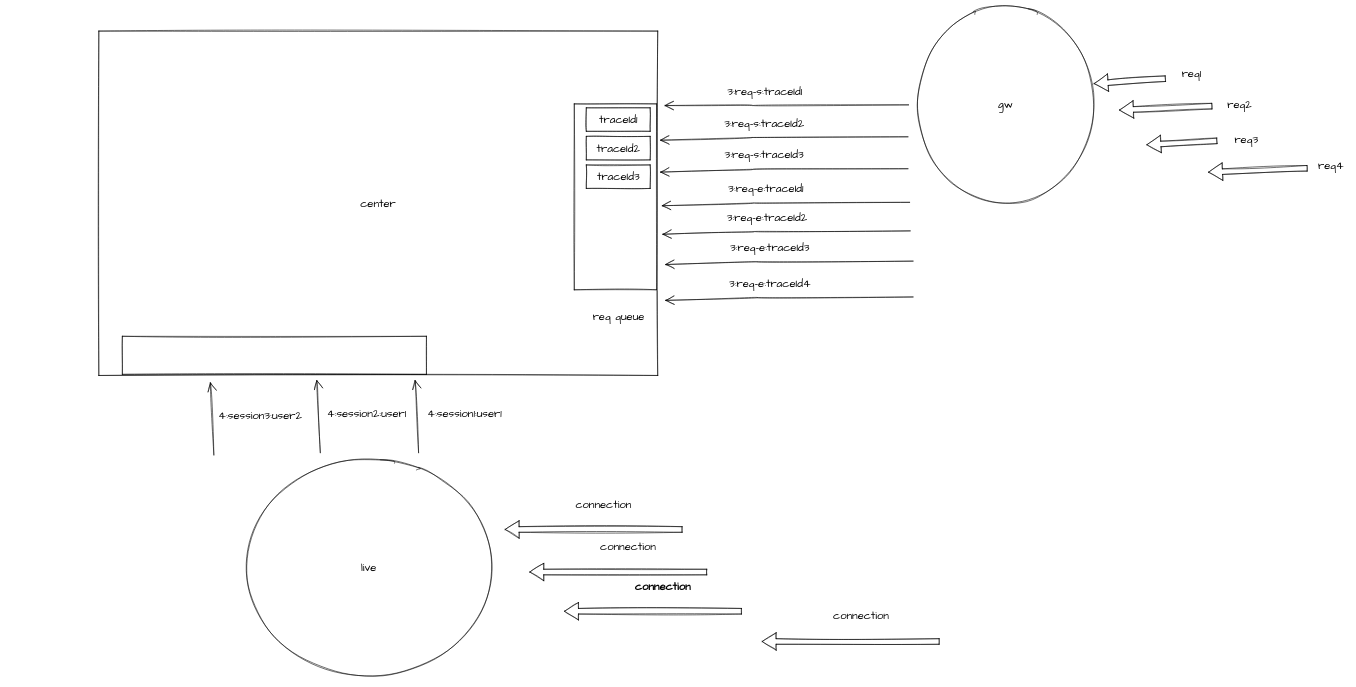
The draw.io diagram gw-qps.drawio in luodongseu/diagrams, before the edit. Source tidied: cells renumbered, new cells numbered last; positions are measured from the earlier drawing's top-left corner, leaving out a move shared by most shapes. Both pictures are drawn from the tidied source at 56%, with x=0, y=0 at pixel (99, 10).
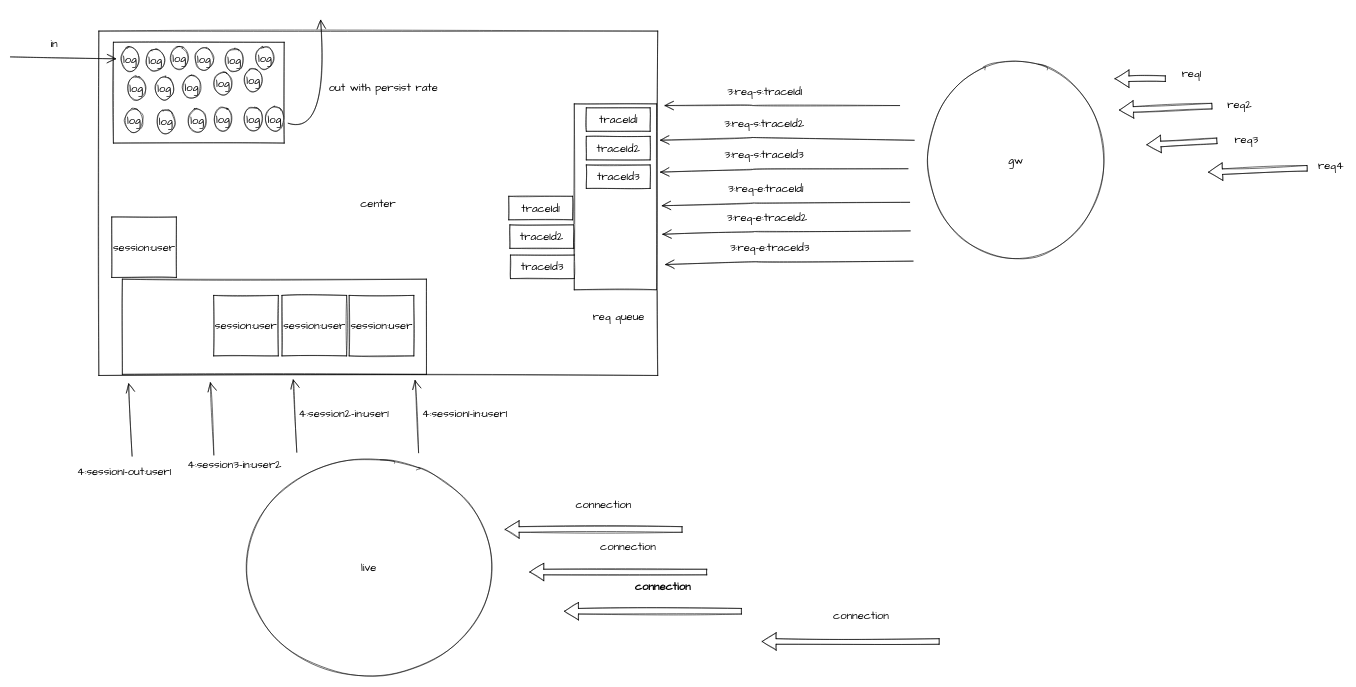
After the change.

Diff of the diagram source:
```diff
@@
     <mxCell id="3" value="gw" style="ellipse;whiteSpace=wrap;html=1;sketch=1;hachureGap=4;fontFamily=Architects Daughter;fontSize=20;" parent="1" vertex="1">
-      <mxGeometry x="1454" width="331" height="338" as="geometry" />
+      <mxGeometry x="1472" y="99" width="331" height="338" as="geometry" />
     </mxCell>
-    <mxCell id="4" style="edgeStyle=none;curved=1;rounded=0;sketch=1;jettySize=auto;html=1;endArrow=open;sourcePerimeterSpacing=8;targetPerimeterSpacing=8;fontSize=16;shape=flexArrow;rounded=1;startSize=8;endSize=8;fontFamily=Architects Daughter;entryX=0.975;entryY=0.39;entryDx=0;entryDy=0;entryPerimeter=0;" parent="1" edge="1" target="3">
+    <mxCell id="4" style="edgeStyle=none;curved=1;rounded=0;sketch=1;orthogonalLoop=1;jettySize=auto;html=1;endArrow=open;sourcePerimeterSpacing=8;targetPerimeterSpacing=8;fontSize=16;shape=flexArrow;rounded=1;startSize=8;endSize=8;fontFamily=Architects Daughter;" parent="1" edge="1">
       <mxGeometry relative="1" as="geometry">
         <mxPoint x="1905" y="123" as="sourcePoint" />
+        <mxPoint x="1814" y="123" as="targetPoint" />
       </mxGeometry>
     </mxCell>
@@
-    <mxCell id="12" style="edgeStyle=none;curved=1;rounded=0;sketch=1;jettySize=auto;html=1;endArrow=open;sourcePerimeterSpacing=8;targetPerimeterSpacing=8;fontSize=16;fontFamily=Architects Daughter;startSize=14;endSize=14;" parent="1" edge="1" source="3">
+    <mxCell id="12" style="edgeStyle=none;curved=1;rounded=0;sketch=1;orthogonalLoop=1;jettySize=auto;html=1;endArrow=open;sourcePerimeterSpacing=8;targetPerimeterSpacing=8;fontSize=16;fontFamily=Architects Daughter;startSize=14;endSize=14;" parent="1" edge="1">
       <mxGeometry relative="1" as="geometry">
+        <mxPoint x="1430" y="171" as="sourcePoint" />
         <mxPoint x="1010" y="171" as="targetPoint" />
         <Array as="points">
           <mxPoint x="1160" y="171" />
           <mxPoint x="1176" y="171" />
         </Array>
       </mxGeometry>
     </mxCell>
@@
     <mxCell id="14" style="edgeStyle=none;curved=1;rounded=0;sketch=1;orthogonalLoop=1;jettySize=auto;html=1;endArrow=open;sourcePerimeterSpacing=8;targetPerimeterSpacing=8;fontSize=16;fontFamily=Architects Daughter;startSize=14;endSize=14;entryX=1.003;entryY=0.452;entryDx=0;entryDy=0;entryPerimeter=0;" parent="1" edge="1">
       <mxGeometry relative="1" as="geometry">
-        <mxPoint x="1444.9" y="226.8" as="sourcePoint" />
+        <mxPoint x="1456" y="233" as="sourcePoint" />
         <mxPoint x="1002" y="232.9" as="targetPoint" />
         <Array as="points">
           <mxPoint x="1158.9" y="228" />
           <mxPoint x="1174.9" y="228" />
         </Array>
       </mxGeometry>
     </mxCell>
@@
-    <mxCell id="24" style="edgeStyle=none;curved=1;rounded=0;sketch=1;orthogonalLoop=1;jettySize=auto;html=1;endArrow=open;sourcePerimeterSpacing=8;targetPerimeterSpacing=8;fontSize=16;fontFamily=Architects Daughter;startSize=14;endSize=14;entryX=1.003;entryY=0.452;entryDx=0;entryDy=0;entryPerimeter=0;" parent="1" edge="1">
-      <mxGeometry relative="1" as="geometry">
-        <mxPoint x="1454" y="512.8" as="sourcePoint" />
-        <mxPoint x="1011.1" y="518.9" as="targetPoint" />
-        <Array as="points">
-          <mxPoint x="1168" y="514" />
-          <mxPoint x="1184" y="514" />
-        </Array>
-      </mxGeometry>
-    </mxCell>
-    <mxCell id="25" value="3:req-e:traceId4" style="text;html=1;align=center;verticalAlign=middle;strokeColor=none;sketch=1;hachureGap=4;fontFamily=Architects Daughter;fontSize=20;" parent="1" vertex="1">
-      <mxGeometry x="1120" y="474" width="156" height="28" as="geometry" />
-    </mxCell>
@@
     <mxCell id="31" style="rounded=0;whiteSpace=wrap;html=1;sketch=1;hachureGap=4;fontFamily=Architects Daughter;fontSize=20;" parent="1" vertex="1">
-      <mxGeometry x="42" y="583" width="543" height="68" as="geometry" />
+      <mxGeometry x="42" y="481" width="543" height="170" as="geometry" />
     </mxCell>
@@
-    <mxCell id="42" value="4:session1:user1" style="text;html=1;align=center;verticalAlign=middle;strokeColor=none;sketch=1;hachureGap=4;fontFamily=Architects Daughter;fontSize=20;" parent="1" vertex="1">
-      <mxGeometry x="581" y="707" width="143" height="28" as="geometry" />
+    <mxCell id="42" value="4:session1-in:user1" style="text;html=1;align=center;verticalAlign=middle;strokeColor=none;sketch=1;hachureGap=4;fontFamily=Architects Daughter;fontSize=20;" parent="1" vertex="1">
+      <mxGeometry x="572" y="707" width="162" height="28" as="geometry" />
     </mxCell>
     <mxCell id="43" style="edgeStyle=none;curved=1;rounded=0;sketch=1;orthogonalLoop=1;jettySize=auto;html=1;endArrow=open;sourcePerimeterSpacing=8;targetPerimeterSpacing=8;fontSize=16;fontFamily=Architects Daughter;startSize=14;endSize=14;" parent="1" edge="1">
       <mxGeometry relative="1" as="geometry">
-        <mxPoint x="395.5" y="791" as="sourcePoint" />
-        <mxPoint x="389" y="661" as="targetPoint" />
+        <mxPoint x="353.5" y="790" as="sourcePoint" />
+        <mxPoint x="347" y="660" as="targetPoint" />
         <Array as="points">
-          <mxPoint x="390.5" y="668" />
+          <mxPoint x="348.5" y="667" />
         </Array>
       </mxGeometry>
     </mxCell>
-    <mxCell id="44" value="4:session2:user1" style="text;html=1;align=center;verticalAlign=middle;strokeColor=none;sketch=1;hachureGap=4;fontFamily=Architects Daughter;fontSize=20;" parent="1" vertex="1">
-      <mxGeometry x="401.5" y="707" width="152" height="28" as="geometry" />
+    <mxCell id="44" value="4:session2-in:user1" style="text;html=1;align=center;verticalAlign=middle;strokeColor=none;sketch=1;hachureGap=4;fontFamily=Architects Daughter;fontSize=20;" parent="1" vertex="1">
+      <mxGeometry x="351" y="707" width="171" height="28" as="geometry" />
     </mxCell>
@@
-    <mxCell id="46" value="4:session3:user2" style="text;html=1;align=center;verticalAlign=middle;strokeColor=none;sketch=1;hachureGap=4;fontFamily=Architects Daughter;fontSize=20;" parent="1" vertex="1">
-      <mxGeometry x="208.5" y="711" width="159" height="28" as="geometry" />
+    <mxCell id="46" value="4:session3-in:user2" style="text;html=1;align=center;verticalAlign=middle;strokeColor=none;sketch=1;hachureGap=4;fontFamily=Architects Daughter;fontSize=20;" parent="1" vertex="1">
+      <mxGeometry x="153" y="797" width="178" height="28" as="geometry" />
     </mxCell>
+    <mxCell id="47" style="edgeStyle=none;curved=1;rounded=0;sketch=1;orthogonalLoop=1;jettySize=auto;html=1;endArrow=open;sourcePerimeterSpacing=8;targetPerimeterSpacing=8;fontSize=16;fontFamily=Architects Daughter;startSize=14;endSize=14;" parent="1" edge="1">
+      <mxGeometry relative="1" as="geometry">
+        <mxPoint x="59.4" y="797" as="sourcePoint" />
+        <mxPoint x="53" y="667" as="targetPoint" />
+        <Array as="points">
+          <mxPoint x="54.5" y="674" />
+        </Array>
+      </mxGeometry>
+    </mxCell>
+    <mxCell id="48" value="4:session1-out:user1" style="text;html=1;align=center;verticalAlign=middle;strokeColor=none;sketch=1;hachureGap=4;fontFamily=Architects Daughter;fontSize=20;" parent="1" vertex="1">
+      <mxGeometry x="-44" y="811" width="178" height="28" as="geometry" />
+    </mxCell>
+    <mxCell id="49" value="session:user" style="rounded=0;whiteSpace=wrap;html=1;sketch=1;hachureGap=4;fontFamily=Architects Daughter;fontSize=20;" parent="1" vertex="1">
+      <mxGeometry x="447" y="510" width="115.5" height="108" as="geometry" />
+    </mxCell>
+    <mxCell id="50" value="session:user" style="rounded=0;whiteSpace=wrap;html=1;sketch=1;hachureGap=4;fontFamily=Architects Daughter;fontSize=20;" parent="1" vertex="1">
+      <mxGeometry x="327" y="510" width="115.5" height="108" as="geometry" />
+    </mxCell>
+    <mxCell id="51" value="session:user" style="rounded=0;whiteSpace=wrap;html=1;sketch=1;hachureGap=4;fontFamily=Architects Daughter;fontSize=20;" parent="1" vertex="1">
+      <mxGeometry x="205" y="510" width="115.5" height="108" as="geometry" />
+    </mxCell>
+    <mxCell id="52" style="rounded=0;whiteSpace=wrap;html=1;sketch=1;hachureGap=4;fontFamily=Architects Daughter;fontSize=20;" parent="1" vertex="1">
+      <mxGeometry x="26" y="58" width="305" height="180" as="geometry" />
+    </mxCell>
+    <mxCell id="53" style="edgeStyle=none;curved=1;rounded=0;sketch=1;jettySize=auto;html=1;fontFamily=Architects Daughter;fontSize=20;endArrow=open;startSize=14;endSize=14;sourcePerimeterSpacing=8;targetPerimeterSpacing=8;" parent="1" edge="1" target="54">
+      <mxGeometry relative="1" as="geometry">
+        <mxPoint x="-159" y="84" as="sourcePoint" />
+      </mxGeometry>
+    </mxCell>
+    <mxCell id="54" value="log" style="ellipse;whiteSpace=wrap;html=1;sketch=1;hachureGap=4;fontFamily=Architects Daughter;fontSize=20;" parent="1" vertex="1">
+      <mxGeometry x="39" y="67" width="33.6" height="42" as="geometry" />
+    </mxCell>
+    <mxCell id="55" value="log" style="ellipse;whiteSpace=wrap;html=1;sketch=1;hachureGap=4;fontFamily=Architects Daughter;fontSize=20;" parent="1" vertex="1">
+      <mxGeometry x="103" y="179" width="33.6" height="42" as="geometry" />
+    </mxCell>
+    <mxCell id="56" value="log" style="ellipse;whiteSpace=wrap;html=1;sketch=1;hachureGap=4;fontFamily=Architects Daughter;fontSize=20;" parent="1" vertex="1">
+      <mxGeometry x="84" y="69" width="33.6" height="42" as="geometry" />
+    </mxCell>
+    <mxCell id="57" value="log" style="ellipse;whiteSpace=wrap;html=1;sketch=1;hachureGap=4;fontFamily=Architects Daughter;fontSize=20;" parent="1" vertex="1">
+      <mxGeometry x="127" y="65" width="33.6" height="42" as="geometry" />
+    </mxCell>
+    <mxCell id="58" value="log" style="ellipse;whiteSpace=wrap;html=1;sketch=1;hachureGap=4;fontFamily=Architects Daughter;fontSize=20;" parent="1" vertex="1">
+      <mxGeometry x="171.4" y="67" width="33.6" height="42" as="geometry" />
+    </mxCell>
+    <mxCell id="59" value="log" style="ellipse;whiteSpace=wrap;html=1;sketch=1;hachureGap=4;fontFamily=Architects Daughter;fontSize=20;" parent="1" vertex="1">
+      <mxGeometry x="225.2" y="69" width="33.6" height="42" as="geometry" />
+    </mxCell>
+    <mxCell id="60" value="log" style="ellipse;whiteSpace=wrap;html=1;sketch=1;hachureGap=4;fontFamily=Architects Daughter;fontSize=20;" parent="1" vertex="1">
+      <mxGeometry x="280" y="65" width="33.6" height="42" as="geometry" />
+    </mxCell>
+    <mxCell id="61" value="log" style="ellipse;whiteSpace=wrap;html=1;sketch=1;hachureGap=4;fontFamily=Architects Daughter;fontSize=20;" parent="1" vertex="1">
+      <mxGeometry x="258.8" y="105" width="33.6" height="42" as="geometry" />
+    </mxCell>
+    <mxCell id="62" value="log" style="ellipse;whiteSpace=wrap;html=1;sketch=1;hachureGap=4;fontFamily=Architects Daughter;fontSize=20;" parent="1" vertex="1">
+      <mxGeometry x="205" y="111" width="33.6" height="42" as="geometry" />
+    </mxCell>
+    <mxCell id="63" value="log" style="ellipse;whiteSpace=wrap;html=1;sketch=1;hachureGap=4;fontFamily=Architects Daughter;fontSize=20;" parent="1" vertex="1">
+      <mxGeometry x="149" y="117" width="33.6" height="42" as="geometry" />
+    </mxCell>
+    <mxCell id="64" value="log" style="ellipse;whiteSpace=wrap;html=1;sketch=1;hachureGap=4;fontFamily=Architects Daughter;fontSize=20;" parent="1" vertex="1">
+      <mxGeometry x="100.4" y="119" width="33.6" height="42" as="geometry" />
+    </mxCell>
+    <mxCell id="65" value="log" style="ellipse;whiteSpace=wrap;html=1;sketch=1;hachureGap=4;fontFamily=Architects Daughter;fontSize=20;" parent="1" vertex="1">
+      <mxGeometry x="50.4" y="119" width="33.6" height="42" as="geometry" />
+    </mxCell>
+    <mxCell id="66" value="log" style="ellipse;whiteSpace=wrap;html=1;sketch=1;hachureGap=4;fontFamily=Architects Daughter;fontSize=20;" parent="1" vertex="1">
+      <mxGeometry x="46" y="177" width="33.6" height="42" as="geometry" />
+    </mxCell>
+    <mxCell id="67" value="log" style="ellipse;whiteSpace=wrap;html=1;sketch=1;hachureGap=4;fontFamily=Architects Daughter;fontSize=20;" parent="1" vertex="1">
+      <mxGeometry x="159" y="177" width="33.6" height="42" as="geometry" />
+    </mxCell>
+    <mxCell id="68" value="log" style="ellipse;whiteSpace=wrap;html=1;sketch=1;hachureGap=4;fontFamily=Architects Daughter;fontSize=20;" parent="1" vertex="1">
+      <mxGeometry x="205" y="174" width="33.6" height="42" as="geometry" />
+    </mxCell>
+    <mxCell id="69" value="log" style="ellipse;whiteSpace=wrap;html=1;sketch=1;hachureGap=4;fontFamily=Architects Daughter;fontSize=20;" parent="1" vertex="1">
+      <mxGeometry x="258.8" y="174" width="33.6" height="42" as="geometry" />
+    </mxCell>
+    <mxCell id="70" value="log" style="ellipse;whiteSpace=wrap;html=1;sketch=1;hachureGap=4;fontFamily=Architects Daughter;fontSize=20;" parent="1" vertex="1">
+      <mxGeometry x="297.4" y="174" width="33.6" height="42" as="geometry" />
+    </mxCell>
+    <mxCell id="71" style="edgeStyle=none;curved=1;rounded=0;sketch=1;jettySize=auto;html=1;endArrow=open;sourcePerimeterSpacing=8;targetPerimeterSpacing=8;fontSize=16;fontFamily=Architects Daughter;startSize=14;endSize=14;" parent="1" edge="1" source="70">
+      <mxGeometry relative="1" as="geometry">
+        <mxPoint x="396" y="17.6" as="targetPoint" />
+        <Array as="points">
+          <mxPoint x="412" y="226" />
+        </Array>
+      </mxGeometry>
+    </mxCell>
+    <mxCell id="72" value="out with persist rate" style="text;html=1;align=center;verticalAlign=middle;strokeColor=none;sketch=1;hachureGap=4;fontFamily=Architects Daughter;fontSize=20;" parent="1" vertex="1">
+      <mxGeometry x="405" y="125" width="205" height="28" as="geometry" />
+    </mxCell>
+    <mxCell id="73" value="in" style="text;html=1;align=center;verticalAlign=middle;strokeColor=none;sketch=1;hachureGap=4;fontFamily=Architects Daughter;fontSize=20;" parent="1" vertex="1">
+      <mxGeometry x="-92" y="46" width="23" height="28" as="geometry" />
+    </mxCell>
+    <mxCell id="74" value="traceId1" style="rounded=0;whiteSpace=wrap;html=1;sketch=1;hachureGap=4;fontFamily=Architects Daughter;fontSize=20;" parent="1" vertex="1">
+      <mxGeometry x="732" y="333" width="114" height="42" as="geometry" />
+    </mxCell>
+    <mxCell id="75" value="traceId2" style="rounded=0;whiteSpace=wrap;html=1;sketch=1;hachureGap=4;fontFamily=Architects Daughter;fontSize=20;" parent="1" vertex="1">
+      <mxGeometry x="734" y="384" width="114" height="42" as="geometry" />
+    </mxCell>
+    <mxCell id="76" value="traceId3" style="rounded=0;whiteSpace=wrap;html=1;sketch=1;hachureGap=4;fontFamily=Architects Daughter;fontSize=20;" parent="1" vertex="1">
+      <mxGeometry x="735" y="438" width="114" height="42" as="geometry" />
+    </mxCell>
+    <mxCell id="77" value="session:user" style="rounded=0;whiteSpace=wrap;html=1;sketch=1;hachureGap=4;fontFamily=Architects Daughter;fontSize=20;" parent="1" vertex="1">
+      <mxGeometry x="23" y="370" width="115.5" height="108" as="geometry" />
+    </mxCell>
```
